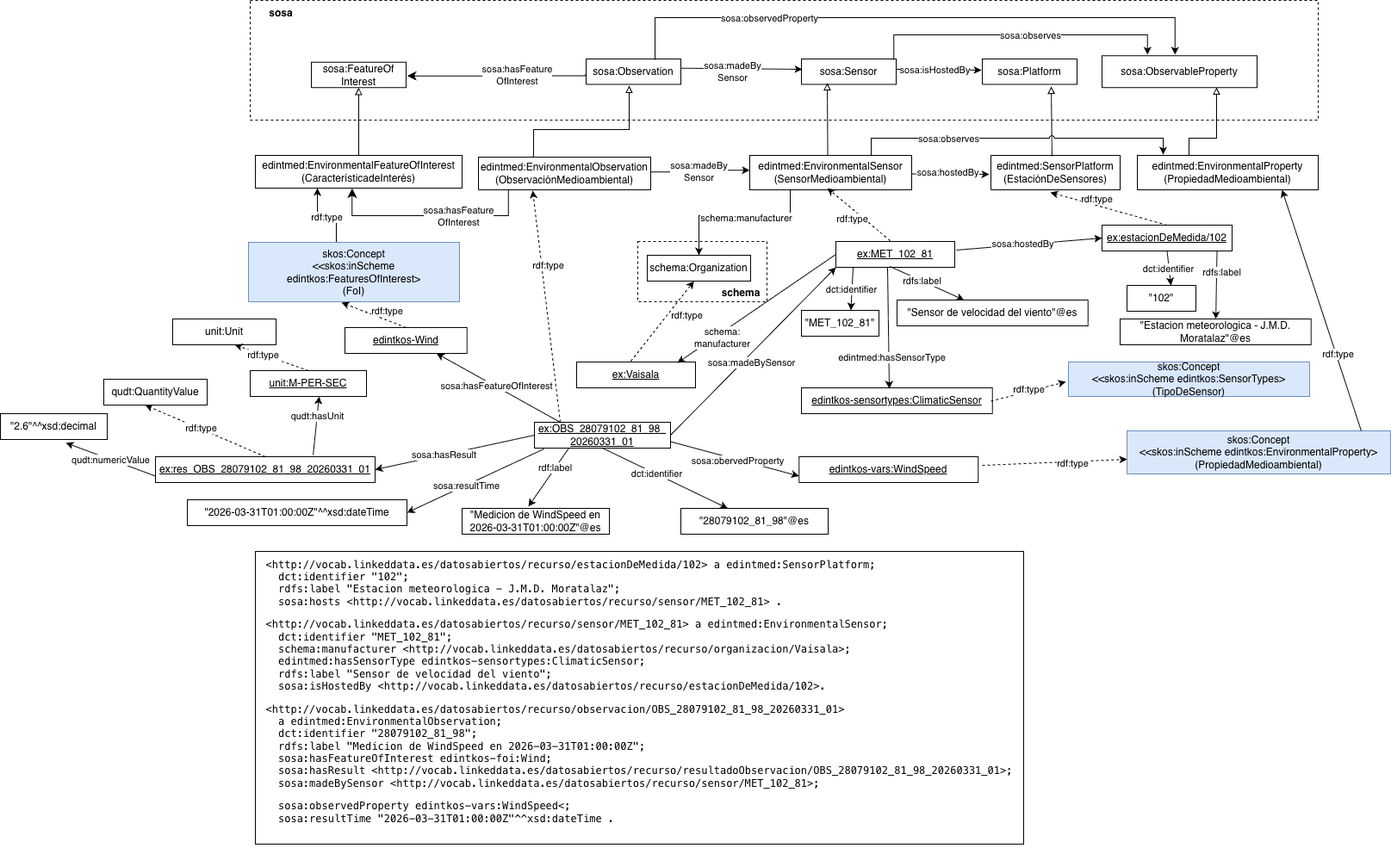
EDINT-Ontologia/edint-ontologia-climatologia keeps this draw.io diagram as diagrams/diagram.png. Above is the earlier version. Source tidied: cells renumbered, new cells last; positions are measured from the earlier drawing's top-left corner, leaving out a move shared by most shapes.
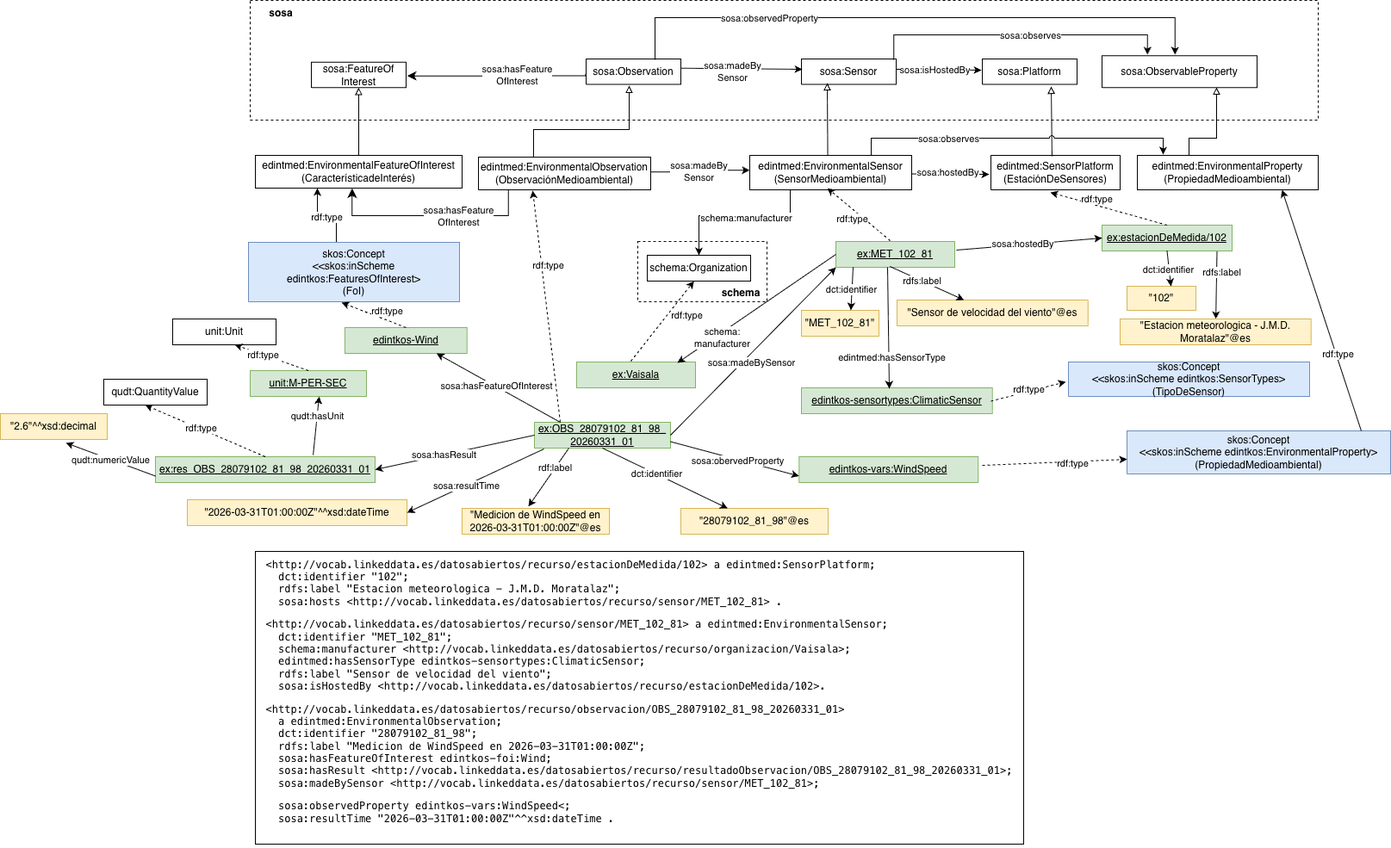
Later version of the same file.

Change to the diagram source:
```diff
@@ -201,7 +201,7 @@
     <mxCell id="44" value="edintmed:EnvironmentalFeatureOfInterest&lt;div&gt;(CaracterísticadeInterés)&lt;/div&gt;" style="rounded=0;whiteSpace=wrap;html=1;snapToPoint=1;points=[[0.1,0],[0.2,0],[0.3,0],[0.4,0],[0.5,0],[0.6,0],[0.7,0],[0.8,0],[0.9,0],[0,0.1],[0,0.3],[0,0.5],[0,0.7],[0,0.9],[0.1,1],[0.2,1],[0.3,1],[0.4,1],[0.5,1],[0.6,1],[0.7,1],[0.8,1],[0.9,1],[1,0.1],[1,0.3],[1,0.5],[1,0.7],[1,0.9]];" parent="1" vertex="1">
       <mxGeometry x="296" y="180" width="240" height="38" as="geometry" />
     </mxCell>
-    <mxCell id="45" value="&lt;u&gt;ex:estacionDeMedida/102&lt;/u&gt;" style="rounded=0;whiteSpace=wrap;html=1;strokeColor=#000000;" parent="1" vertex="1">
+    <mxCell id="45" value="&lt;u&gt;ex:estacionDeMedida/102&lt;/u&gt;" style="rounded=0;whiteSpace=wrap;html=1;strokeColor=#82b366;fillColor=#d5e8d4;" parent="1" vertex="1">
       <mxGeometry x="1279" y="261" width="151" height="30" as="geometry" />
     </mxCell>
     <mxCell id="46" style="endArrow=classic;html=1;rounded=0;exitX=0.5;exitY=0;exitDx=0;exitDy=0;dashed=1;entryX=0.46;entryY=1.075;entryDx=0;entryDy=0;entryPerimeter=0;" parent="1" edge="1" source="45" target="26">
@@ -212,7 +212,7 @@
         <mxPoint x="20" y="-5" as="offset" />
       </mxGeometry>
     </mxCell>
-    <mxCell id="48" value="&quot;Estacion meteorologica - J.M.D. Moratalaz&quot;@es" style="rounded=0;whiteSpace=wrap;html=1;strokeColor=#000000;" parent="1" vertex="1">
+    <mxCell id="48" value="&quot;Estacion meteorologica - J.M.D. Moratalaz&quot;@es" style="rounded=0;whiteSpace=wrap;html=1;strokeColor=#d6b656;fillColor=#fff2cc;" parent="1" vertex="1">
       <mxGeometry x="1300" y="370" width="221.8" height="30" as="geometry" />
     </mxCell>
     <mxCell id="49" style="endArrow=classic;html=1;rounded=0;exitX=0.884;exitY=1.033;exitDx=0;exitDy=0;exitPerimeter=0;" parent="1" edge="1" source="45" target="48">
@@ -223,8 +223,8 @@
         <mxPoint x="6" y="-9" as="offset" />
       </mxGeometry>
     </mxCell>
-    <mxCell id="51" value="&quot;102&quot;" style="rounded=0;whiteSpace=wrap;html=1;strokeColor=#000000;" parent="1" vertex="1">
-      <mxGeometry x="1308" y="331" width="80" height="30" as="geometry" />
+    <mxCell id="51" value="&quot;102&quot;" style="rounded=0;whiteSpace=wrap;html=1;strokeColor=#d6b656;fillColor=#fff2cc;" parent="1" vertex="1">
+      <mxGeometry x="1308" y="332" width="80" height="28" as="geometry" />
     </mxCell>
     <mxCell id="52" style="endArrow=classic;html=1;rounded=0;entryX=0.638;entryY=0;entryDx=0;entryDy=0;exitX=0.5;exitY=1;exitDx=0;exitDy=0;entryPerimeter=0;" parent="1" edge="1" source="45" target="51">
       <mxGeometry relative="1" as="geometry" />
@@ -232,7 +232,7 @@
     <mxCell id="53" value="dct:identifier" style="edgeLabel;html=1;align=center;verticalAlign=middle;" parent="52" vertex="1">
       <mxGeometry x="0.04" y="-1" relative="1" as="geometry" />
     </mxCell>
-    <mxCell id="54" value="&lt;u&gt;ex:MET_102_81&lt;/u&gt;" style="rounded=0;whiteSpace=wrap;html=1;strokeColor=#000000;" parent="1" vertex="1">
+    <mxCell id="54" value="&lt;u&gt;ex:MET_102_81&lt;/u&gt;" style="rounded=0;whiteSpace=wrap;html=1;strokeColor=#82b366;fillColor=#d5e8d4;" parent="1" vertex="1">
       <mxGeometry x="970" y="280" width="138" height="30" as="geometry" />
     </mxCell>
     <mxCell id="55" style="endArrow=classic;html=1;rounded=0;exitX=0.457;exitY=-0.033;exitDx=0;exitDy=0;dashed=1;entryX=0.46;entryY=1.075;entryDx=0;entryDy=0;entryPerimeter=0;exitPerimeter=0;" parent="1" edge="1" source="54">
@@ -245,7 +245,7 @@
         <mxPoint x="12" y="18" as="offset" />
       </mxGeometry>
     </mxCell>
-    <mxCell id="57" value="&quot;Sensor de velocidad del viento&quot;@es" style="rounded=0;whiteSpace=wrap;html=1;strokeColor=#000000;" parent="1" vertex="1">
+    <mxCell id="57" value="&quot;Sensor de velocidad del viento&quot;@es" style="rounded=0;whiteSpace=wrap;html=1;strokeColor=#d6b656;fillColor=#fff2cc;" parent="1" vertex="1">
       <mxGeometry x="1041" y="348" width="221.8" height="30" as="geometry" />
     </mxCell>
     <mxCell id="58" style="endArrow=classic;html=1;rounded=0;exitX=0.884;exitY=1.033;exitDx=0;exitDy=0;exitPerimeter=0;" parent="1" edge="1" target="57">
@@ -256,7 +256,7 @@
     <mxCell id="59" value="rdfs:label" style="edgeLabel;html=1;align=center;verticalAlign=middle;" parent="58" vertex="1">
       <mxGeometry x="-0.15" relative="1" as="geometry" />
     </mxCell>
-    <mxCell id="60" value="&quot;MET_102_81&quot;" style="rounded=0;whiteSpace=wrap;html=1;strokeColor=#000000;" parent="1" vertex="1">
+    <mxCell id="60" value="&quot;MET_102_81&quot;" style="rounded=0;whiteSpace=wrap;html=1;strokeColor=#d6b656;fillColor=#fff2cc;" parent="1" vertex="1">
       <mxGeometry x="930" y="360" width="90" height="30" as="geometry" />
     </mxCell>
     <mxCell id="61" style="endArrow=classic;html=1;rounded=0;entryX=0.638;entryY=0;entryDx=0;entryDy=0;exitX=0.145;exitY=1;exitDx=0;exitDy=0;entryPerimeter=0;exitPerimeter=0;" parent="1" edge="1" source="54" target="60">
@@ -275,7 +275,7 @@
         <mxPoint y="-1" as="offset" />
       </mxGeometry>
     </mxCell>
-    <mxCell id="65" value="&lt;u&gt;ex:Vaisala&lt;/u&gt;" style="rounded=0;whiteSpace=wrap;html=1;strokeColor=#000000;" parent="1" vertex="1">
+    <mxCell id="65" value="&lt;u&gt;ex:Vaisala&lt;/u&gt;" style="rounded=0;whiteSpace=wrap;html=1;strokeColor=#82b366;fillColor=#d5e8d4;" parent="1" vertex="1">
       <mxGeometry x="669" y="420" width="138" height="30" as="geometry" />
     </mxCell>
     <mxCell id="66" style="endArrow=classic;html=1;rounded=0;exitX=0.457;exitY=-0.033;exitDx=0;exitDy=0;dashed=1;entryX=0.46;entryY=1.075;entryDx=0;entryDy=0;entryPerimeter=0;exitPerimeter=0;" parent="1" edge="1" source="65">
@@ -299,7 +299,7 @@
     <mxCell id="70" value="&lt;div&gt;skos:Concept&lt;/div&gt;&lt;div&gt;&amp;lt;&amp;lt;skos:inScheme edintkos:SensorTypes&amp;gt;&lt;/div&gt;&lt;div&gt;(TipoDeSensor)&lt;/div&gt;" style="verticalAlign=middle;align=center;vsdxID=334;shape=(stored shape, 160 characters);labelBackgroundColor=none;rounded=0;html=1;whiteSpace=wrap;fillColor=#dae8fc;strokeColor=#6c8ebf;" parent="1" vertex="1">
       <mxGeometry x="1240" y="420" width="280" height="40" as="geometry" />
     </mxCell>
-    <mxCell id="71" value="&lt;u&gt;edintkos-sensortypes:ClimaticSensor&lt;/u&gt;" style="rounded=0;whiteSpace=wrap;html=1;strokeColor=#000000;" parent="1" vertex="1">
+    <mxCell id="71" value="&lt;u&gt;edintkos-sensortypes:ClimaticSensor&lt;/u&gt;" style="rounded=0;whiteSpace=wrap;html=1;strokeColor=#82b366;fillColor=#d5e8d4;" parent="1" vertex="1">
       <mxGeometry x="930" y="450" width="221.8" height="30" as="geometry" />
     </mxCell>
     <mxCell id="72" style="endArrow=classic;html=1;rounded=0;exitX=0.457;exitY=-0.033;exitDx=0;exitDy=0;dashed=1;entryX=-0.011;entryY=0.575;entryDx=0;entryDy=0;entryPerimeter=0;exitPerimeter=0;" parent="1" edge="1" target="70">
@@ -320,10 +320,10 @@
     <mxCell id="75" value="edintmed:hasSensorType" style="edgeLabel;html=1;align=center;verticalAlign=middle;" parent="74" vertex="1">
       <mxGeometry x="0.49" y="3" relative="1" as="geometry" />
     </mxCell>
-    <mxCell id="76" value="&lt;u&gt;ex:OBS_28079102_81_98_&lt;/u&gt;&lt;div&gt;&lt;u&gt;20260331_01&lt;/u&gt;&lt;/div&gt;" style="rounded=0;whiteSpace=wrap;html=1;strokeColor=#000000;" parent="1" vertex="1">
+    <mxCell id="76" value="&lt;u&gt;ex:OBS_28079102_81_98_&lt;/u&gt;&lt;div&gt;&lt;u&gt;20260331_01&lt;/u&gt;&lt;/div&gt;" style="rounded=0;whiteSpace=wrap;html=1;strokeColor=#82b366;fillColor=#d5e8d4;" parent="1" vertex="1">
       <mxGeometry x="620" y="490" width="158" height="30" as="geometry" />
     </mxCell>
-    <mxCell id="77" value="&quot;28079102_81_98&quot;@es" style="rounded=0;whiteSpace=wrap;html=1;strokeColor=#000000;" parent="1" vertex="1">
+    <mxCell id="77" value="&quot;28079102_81_98&quot;@es" style="rounded=0;whiteSpace=wrap;html=1;strokeColor=#d6b656;fillColor=#fff2cc;" parent="1" vertex="1">
       <mxGeometry x="790" y="590" width="171" height="30" as="geometry" />
     </mxCell>
     <mxCell id="78" style="endArrow=classic;html=1;rounded=0;exitX=0.5;exitY=1;exitDx=0;exitDy=0;" parent="1" edge="1" source="76" target="77">
@@ -332,7 +332,7 @@
     <mxCell id="79" value="dct:identifier" style="edgeLabel;html=1;align=center;verticalAlign=middle;" parent="78" vertex="1">
       <mxGeometry x="-0.15" relative="1" as="geometry" />
     </mxCell>
-    <mxCell id="80" value="&lt;u&gt;edintkos-vars:WindSpeed&lt;/u&gt;" style="rounded=0;whiteSpace=wrap;html=1;strokeColor=#000000;" parent="1" vertex="1">
+    <mxCell id="80" value="&lt;u&gt;edintkos-vars:WindSpeed&lt;/u&gt;" style="rounded=0;whiteSpace=wrap;html=1;strokeColor=#82b366;fillColor=#d5e8d4;" parent="1" vertex="1">
       <mxGeometry x="927.2" y="530" width="208" height="30" as="geometry" />
     </mxCell>
     <mxCell id="81" style="endArrow=classic;html=1;rounded=0;entryX=0;entryY=0.75;entryDx=0;entryDy=0;exitX=1;exitY=0.75;exitDx=0;exitDy=0;" parent="1" edge="1" source="76" target="80">
@@ -364,10 +364,10 @@
         <mxPoint x="-21" y="6" as="offset" />
       </mxGeometry>
     </mxCell>
-    <mxCell id="88" value="&lt;u&gt;edintkos-Wind&lt;/u&gt;" style="rounded=0;whiteSpace=wrap;html=1;strokeColor=#000000;" parent="1" vertex="1">
+    <mxCell id="88" value="&lt;u&gt;edintkos-Wind&lt;/u&gt;" style="rounded=0;whiteSpace=wrap;html=1;strokeColor=#82b366;fillColor=#d5e8d4;" parent="1" vertex="1">
       <mxGeometry x="400" y="380" width="141.8" height="30" as="geometry" />
     </mxCell>
-    <mxCell id="89" value="ex:res_OBS_28079102_81_98_20260331_01" style="rounded=0;whiteSpace=wrap;html=1;strokeColor=#000000;fontStyle=4;" parent="1" vertex="1">
+    <mxCell id="89" value="ex:res_OBS_28079102_81_98_20260331_01" style="rounded=0;whiteSpace=wrap;html=1;strokeColor=#82b366;fontStyle=4;fillColor=#d5e8d4;" parent="1" vertex="1">
       <mxGeometry x="180" y="530" width="255" height="30" as="geometry" />
     </mxCell>
     <mxCell id="90" style="endArrow=classic;html=1;rounded=0;exitX=0.5;exitY=0;exitDx=0;exitDy=0;dashed=1;entryX=0.441;entryY=1.014;entryDx=0;entryDy=0;entryPerimeter=0;" parent="1" edge="1" source="88" target="42">
@@ -402,7 +402,7 @@
     <mxCell id="97" value="sosa:hasResult" style="edgeLabel;html=1;align=center;verticalAlign=middle;" parent="96" vertex="1">
       <mxGeometry x="0.14" relative="1" as="geometry" />
     </mxCell>
-    <mxCell id="98" value="&lt;u&gt;unit:M-PER-SEC&lt;/u&gt;" style="rounded=0;whiteSpace=wrap;html=1;strokeColor=#000000;" parent="1" vertex="1">
+    <mxCell id="98" value="&lt;u&gt;unit:M-PER-SEC&lt;/u&gt;" style="rounded=0;whiteSpace=wrap;html=1;strokeColor=#82b366;fillColor=#d5e8d4;" parent="1" vertex="1">
       <mxGeometry x="290" y="430" width="135" height="30" as="geometry" />
     </mxCell>
     <mxCell id="99" style="endArrow=classic;html=1;rounded=0;exitX=0.718;exitY=-0.067;exitDx=0;exitDy=0;exitPerimeter=0;" parent="1" edge="1" source="89">
@@ -432,7 +432,7 @@
     <mxCell id="105" value="rdf:type" style="edgeLabel;html=1;align=center;verticalAlign=middle;" parent="104" vertex="1">
       <mxGeometry x="-0.36" y="-2" relative="1" as="geometry" />
     </mxCell>
-    <mxCell id="106" value="&quot;Medicion de WindSpeed en 2026-03-31T01:00:00Z&quot;@es" style="rounded=0;whiteSpace=wrap;html=1;strokeColor=#000000;" parent="1" vertex="1">
+    <mxCell id="106" value="&quot;Medicion de WindSpeed en 2026-03-31T01:00:00Z&quot;@es" style="rounded=0;whiteSpace=wrap;html=1;strokeColor=#d6b656;fillColor=#fff2cc;" parent="1" vertex="1">
       <mxGeometry x="536" y="590" width="171" height="30" as="geometry" />
     </mxCell>
     <mxCell id="107" style="endArrow=classic;html=1;rounded=0;entryX=0.45;entryY=-0.067;entryDx=0;entryDy=0;entryPerimeter=0;" parent="1" edge="1" target="106">
@@ -460,13 +460,13 @@
         <mxPoint x="14" y="5" as="offset" />
       </mxGeometry>
     </mxCell>
-    <mxCell id="114" value="&quot;2.6&quot;^^xsd:decimal" style="rounded=0;whiteSpace=wrap;html=1;strokeColor=#000000;" parent="1" vertex="1">
+    <mxCell id="114" value="&quot;2.6&quot;^^xsd:decimal" style="rounded=0;whiteSpace=wrap;html=1;strokeColor=#d6b656;fillColor=#fff2cc;" parent="1" vertex="1">
       <mxGeometry y="480" width="124" height="30" as="geometry" />
     </mxCell>
     <mxCell id="115" value="&lt;pre style=&quot;text-align: left;&quot;&gt;&amp;lt;http://vocab.linkeddata.es/datosabiertos/recurso/estacionDeMedida/102&amp;gt; a edintmed:SensorPlatform;&lt;br&gt;  dct:identifier &quot;102&quot;;&lt;br&gt;  rdfs:label &quot;Estacion meteorologica - J.M.D. Moratalaz&quot;;&lt;br&gt;  sosa:hosts &amp;lt;http://vocab.linkeddata.es/datosabiertos/recurso/sensor/MET_102_81&amp;gt; .&lt;/pre&gt;&lt;pre style=&quot;text-align: left;&quot;&gt;&amp;lt;http://vocab.linkeddata.es/datosabiertos/recurso/sensor/MET_102_81&amp;gt; a edintmed:EnvironmentalSensor;&lt;br&gt;  dct:identifier &quot;MET_102_81&quot;;&lt;br&gt;  schema:manufacturer &amp;lt;http://vocab.linkeddata.es/datosabiertos/recurso/organizacion/Vaisala&amp;gt;;&lt;br&gt;  edintmed:hasSensorType edintkos-sensortypes:ClimaticSensor;&lt;br&gt;  rdfs:label &quot;Sensor de velocidad del viento&quot;;&lt;br&gt;  sosa:isHostedBy &amp;lt;http://vocab.linkeddata.es/datosabiertos/recurso/estacionDeMedida/102&amp;gt;.&lt;/pre&gt;&lt;pre style=&quot;text-align: left;&quot;&gt;&amp;lt;http://vocab.linkeddata.es/datosabiertos/recurso/observacion/OBS_28079102_81_98_20260331_01&amp;gt;&lt;br&gt;  a edintmed:EnvironmentalObservation;&lt;br&gt;  dct:identifier &quot;28079102_81_98&quot;;&lt;br&gt;  rdfs:label &quot;Medicion de WindSpeed en 2026-03-31T01:00:00Z&quot;;&lt;br&gt;  sosa:hasFeatureOfInterest edintkos-foi:Wind;&lt;br&gt;  sosa:hasResult &amp;lt;http://vocab.linkeddata.es/datosabiertos/recurso/resultadoObservacion/OBS_28079102_81_98_20260331_01&amp;gt;;&lt;br&gt;  sosa:madeBySensor &amp;lt;http://vocab.linkeddata.es/datosabiertos/recurso/sensor/MET_102_81&amp;gt;;&lt;br&gt;&lt;p style=&quot;text-align: left;&quot;&gt;  sosa:observedProperty edintkos-vars:WindSpeed&amp;lt;;&lt;br&gt;  sosa:resultTime &quot;2026-03-31T01:00:00Z&quot;^^xsd:dateTime .&lt;br&gt;  &lt;/p&gt;&lt;/pre&gt;" style="rounded=0;whiteSpace=wrap;html=1;" parent="1" vertex="1">
       <mxGeometry x="296" y="640" width="892" height="340" as="geometry" />
     </mxCell>
-    <mxCell id="116" value="&quot;2026-03-31T01:00:00Z&quot;^^xsd:dateTime" style="rounded=0;whiteSpace=wrap;html=1;strokeColor=#000000;fontStyle=0;" parent="1" vertex="1">
+    <mxCell id="116" value="&quot;2026-03-31T01:00:00Z&quot;^^xsd:dateTime" style="rounded=0;whiteSpace=wrap;html=1;strokeColor=#d6b656;fontStyle=0;fillColor=#fff2cc;" parent="1" vertex="1">
       <mxGeometry x="217" y="580" width="255" height="30" as="geometry" />
     </mxCell>
     <mxCell id="117" style="endArrow=classic;html=1;rounded=0;entryX=1;entryY=0.5;entryDx=0;entryDy=0;exitX=0.07;exitY=1.033;exitDx=0;exitDy=0;exitPerimeter=0;" parent="1" edge="1" source="76" target="116">
```
